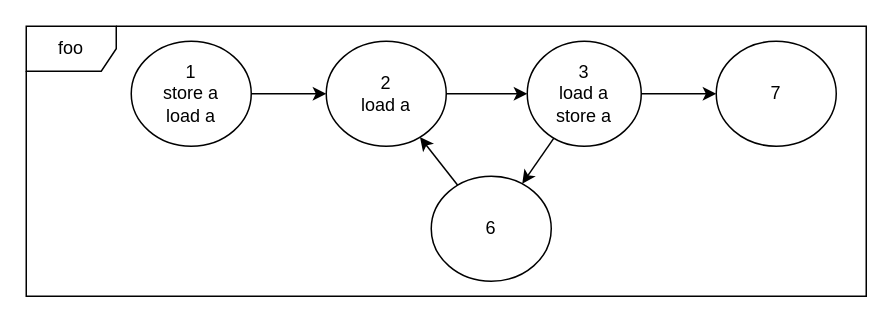
petkapou/DIP_diagrams keeps this draw.io diagram as flow_data.drawio. Above is the earlier version. Source tidied: cells renumbered, new cells numbered last; positions are measured from the earlier drawing's top-left corner, leaving out a move shared by most shapes. Both pictures are drawn from the tidied source at 150%, with x=0, y=0 at pixel (26, 26).
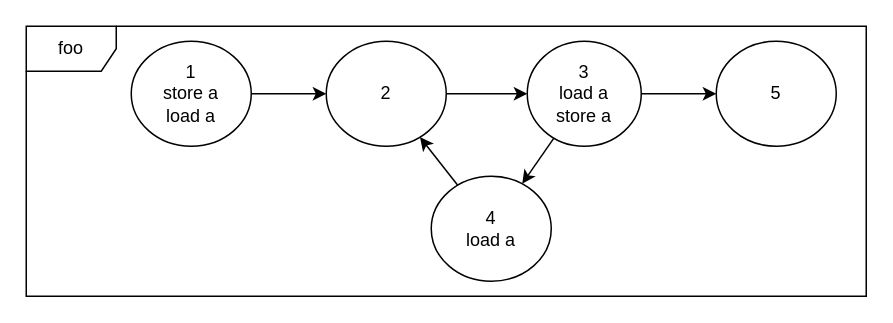
The same page after the edit.

Change to the diagram source:
```diff
@@
 <mxGraphModel>
   <root>
     <mxCell id="0" />
     <mxCell id="1" parent="0" />
     <mxCell id="2" value="foo" style="shape=umlFrame;whiteSpace=wrap;html=1;" parent="1" vertex="1">
       <mxGeometry width="560" height="180" as="geometry" />
     </mxCell>
     <mxCell id="3" value="1&lt;br&gt;store a&lt;br&gt;load a" style="ellipse;whiteSpace=wrap;html=1;" parent="1" vertex="1">
       <mxGeometry x="70" y="10" width="80" height="70" as="geometry" />
     </mxCell>
-    <mxCell id="4" value="6" style="ellipse;whiteSpace=wrap;html=1;" parent="1" vertex="1">
+    <mxCell id="4" value="4&lt;br&gt;load a" style="ellipse;whiteSpace=wrap;html=1;" parent="1" vertex="1">
       <mxGeometry x="270" y="100" width="80" height="70" as="geometry" />
     </mxCell>
-    <mxCell id="5" value="2&lt;br&gt;load a" style="ellipse;whiteSpace=wrap;html=1;" parent="1" vertex="1">
+    <mxCell id="5" value="2" style="ellipse;whiteSpace=wrap;html=1;" parent="1" vertex="1">
       <mxGeometry x="200" y="10" width="80" height="70" as="geometry" />
     </mxCell>
-    <mxCell id="6" value="7" style="ellipse;whiteSpace=wrap;html=1;" parent="1" vertex="1">
+    <mxCell id="6" value="5" style="ellipse;whiteSpace=wrap;html=1;" parent="1" vertex="1">
       <mxGeometry x="460" y="10" width="80" height="70" as="geometry" />
     </mxCell>
     <mxCell id="7" value="3&lt;br&gt;load a&lt;br&gt;store a" style="ellipse;whiteSpace=wrap;html=1;" parent="1" vertex="1">
       <mxGeometry x="334" y="10" width="76" height="70" as="geometry" />
     </mxCell>
     <mxCell id="8" style="endArrow=classic;html=1;rounded=0;" parent="1" edge="1" source="3" target="5">
       <mxGeometry relative="1" as="geometry" />
     </mxCell>
     <mxCell id="9" style="endArrow=classic;html=1;rounded=0;" parent="1" edge="1" source="5" target="7">
       <mxGeometry relative="1" as="geometry" />
     </mxCell>
     <mxCell id="10" style="endArrow=classic;html=1;rounded=0;" parent="1" edge="1" source="4" target="5">
       <mxGeometry relative="1" as="geometry" />
     </mxCell>
     <mxCell id="11" style="endArrow=classic;html=1;rounded=0;" parent="1" edge="1" source="7" target="4">
       <mxGeometry relative="1" as="geometry" />
     </mxCell>
     <mxCell id="12" style="endArrow=classic;html=1;rounded=0;" parent="1" edge="1" source="7" target="6">
       <mxGeometry relative="1" as="geometry" />
     </mxCell>
   </root>
 </mxGraphModel>
```
